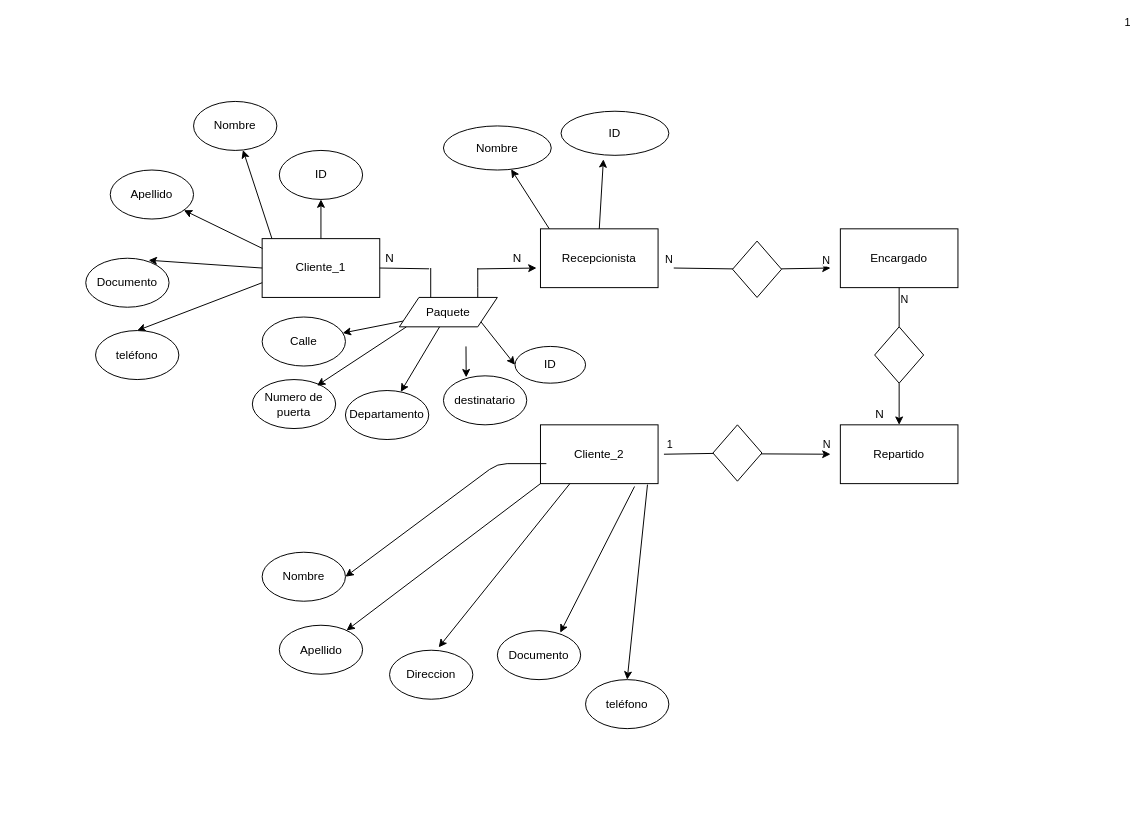
mateovillaa11/Proyecto_FindeA-o keeps this draw.io diagram as mer.drawio. Above is the earlier version. Source tidied: cells renumbered, new cells numbered last; positions are measured from the earlier drawing's top-left corner, leaving out a move shared by most shapes. Both pictures are drawn from the tidied source at 98%, with x=0, y=0 at pixel (85, 101).
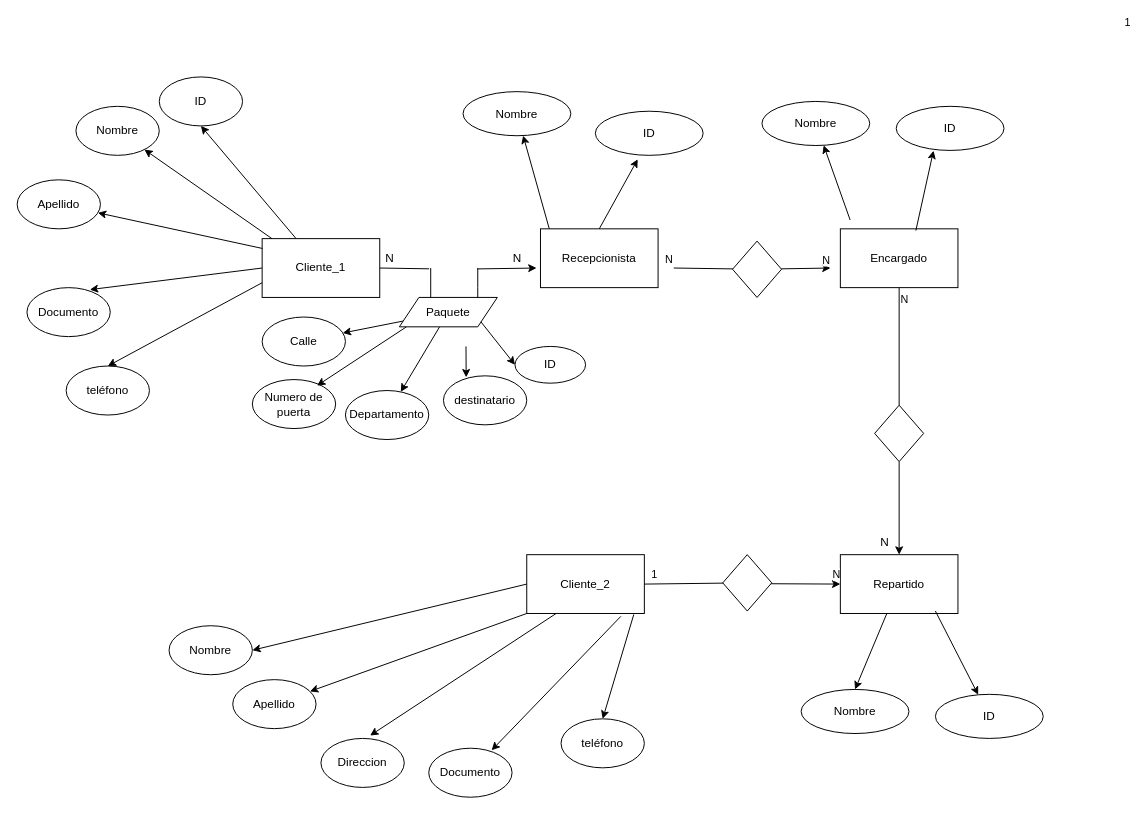
After the change.

The change refers to these unchanged cells:
```xml
<mxCell id="4" value="Encargado" style="rounded=0;whiteSpace=wrap;html=1;" parent="1" vertex="1">
  <mxGeometry x="770" y="130" width="120" height="60" as="geometry" />
</mxCell>
```

Diff of the diagram source:
```diff
@@
     <mxCell id="3" value="Repartido" style="rounded=0;whiteSpace=wrap;html=1;" parent="1" vertex="1">
-      <mxGeometry x="770" y="330" width="120" height="60" as="geometry" />
+      <mxGeometry x="770" y="462.5" width="120" height="60" as="geometry" />
     </mxCell>
@@
     <mxCell id="5" value="&lt;span&gt;Cliente_2&lt;/span&gt;" style="rounded=0;whiteSpace=wrap;html=1;" parent="1" vertex="1">
-      <mxGeometry x="464" y="330" width="120" height="60" as="geometry" />
+      <mxGeometry x="450" y="462.5" width="120" height="60" as="geometry" />
     </mxCell>
@@
     <mxCell id="12" value="N" style="text;html=1;align=center;verticalAlign=middle;strokeColor=none;fillColor=none;" parent="1" vertex="1">
-      <mxGeometry x="800" y="310" width="20" height="20" as="geometry" />
+      <mxGeometry x="805" y="440" width="20" height="20" as="geometry" />
     </mxCell>
     <mxCell id="13" style="endArrow=classic;html=1;startArrow=none;" parent="1" edge="1" source="45">
       <mxGeometry relative="1" as="geometry">
-        <mxPoint x="760" y="360" as="targetPoint" />
+        <mxPoint x="770" y="492.5" as="targetPoint" />
         <Array as="points">
-          <mxPoint x="680" y="359.6" />
+          <mxPoint x="690" y="492.1" />
         </Array>
       </mxGeometry>
     </mxCell>
@@
     <mxCell id="15" value="Nombre" style="ellipse;whiteSpace=wrap;html=1;" parent="1" vertex="1">
-      <mxGeometry x="110" width="85" height="50" as="geometry" />
+      <mxGeometry x="-10" y="5" width="85" height="50" as="geometry" />
     </mxCell>
     <mxCell id="16" value="Apellido" style="ellipse;whiteSpace=wrap;html=1;" parent="1" vertex="1">
-      <mxGeometry x="197.5" y="534.5" width="85" height="50" as="geometry" />
+      <mxGeometry x="150" y="590" width="85" height="50" as="geometry" />
     </mxCell>
     <mxCell id="17" value="Direccion" style="ellipse;whiteSpace=wrap;html=1;" parent="1" vertex="1">
-      <mxGeometry x="310" y="560" width="85" height="50" as="geometry" />
+      <mxGeometry x="240" y="650" width="85" height="50" as="geometry" />
     </mxCell>
@@
     <mxCell id="20" value="Documento" style="ellipse;whiteSpace=wrap;html=1;" parent="1" vertex="1">
-      <mxGeometry x="420" y="540" width="85" height="50" as="geometry" />
+      <mxGeometry x="350" y="660" width="85" height="50" as="geometry" />
     </mxCell>
@@
     <mxCell id="23" value="teléfono" style="ellipse;whiteSpace=wrap;html=1;" parent="1" vertex="1">
-      <mxGeometry x="510" y="590" width="85" height="50" as="geometry" />
+      <mxGeometry x="485" y="630" width="85" height="50" as="geometry" />
     </mxCell>
@@
-    <mxCell id="25" style="endArrow=classic;html=1;entryX=1;entryY=0.5;entryDx=0;entryDy=0;" parent="1" edge="1" target="26">
-      <mxGeometry relative="1" as="geometry">
-        <mxPoint x="470" y="369.6" as="sourcePoint" />
-        <Array as="points">
-          <mxPoint x="420" y="369.6" />
-        </Array>
-      </mxGeometry>
+    <mxCell id="25" style="endArrow=classic;html=1;entryX=1;entryY=0.5;entryDx=0;entryDy=0;exitX=0;exitY=0.5;exitDx=0;exitDy=0;" parent="1" edge="1" source="5" target="26">
+      <mxGeometry relative="1" as="geometry" />
     </mxCell>
     <mxCell id="26" value="Nombre" style="ellipse;whiteSpace=wrap;html=1;" parent="1" vertex="1">
-      <mxGeometry x="180" y="460" width="85" height="50" as="geometry" />
+      <mxGeometry x="85" y="535" width="85" height="50" as="geometry" />
     </mxCell>
     <mxCell id="27" value="Apellido" style="ellipse;whiteSpace=wrap;html=1;" parent="1" vertex="1">
-      <mxGeometry x="25" y="70" width="85" height="50" as="geometry" />
+      <mxGeometry x="-70" y="80" width="85" height="50" as="geometry" />
     </mxCell>
@@
     <mxCell id="31" value="Documento" style="ellipse;whiteSpace=wrap;html=1;" parent="1" vertex="1">
-      <mxGeometry y="160" width="85" height="50" as="geometry" />
+      <mxGeometry x="-60" y="190" width="85" height="50" as="geometry" />
     </mxCell>
@@
     <mxCell id="34" value="teléfono" style="ellipse;whiteSpace=wrap;html=1;" parent="1" vertex="1">
-      <mxGeometry x="10" y="233.8" width="85" height="50" as="geometry" />
+      <mxGeometry x="-20" y="270" width="85" height="50" as="geometry" />
     </mxCell>
@@
     <mxCell id="37" value="Nombre" style="ellipse;whiteSpace=wrap;html=1;" parent="1" vertex="1">
-      <mxGeometry x="365" y="25" width="110" height="45" as="geometry" />
+      <mxGeometry x="385" y="-10" width="110" height="45" as="geometry" />
     </mxCell>
@@
     <mxCell id="42" style="rhombus;whiteSpace=wrap;html=1;" parent="1" vertex="1">
-      <mxGeometry x="805" y="230" width="50" height="57.5" as="geometry" />
+      <mxGeometry x="805" y="310" width="50" height="57.5" as="geometry" />
     </mxCell>
@@
     <mxCell id="45" style="rhombus;whiteSpace=wrap;html=1;" parent="1" vertex="1">
-      <mxGeometry x="640" y="330" width="50" height="57.5" as="geometry" />
+      <mxGeometry x="650" y="462.5" width="50" height="57.5" as="geometry" />
     </mxCell>
-    <mxCell id="46" style="endArrow=none;html=1;" parent="1" edge="1" target="45">
-      <mxGeometry relative="1" as="geometry">
-        <mxPoint x="590" y="360" as="sourcePoint" />
-      </mxGeometry>
+    <mxCell id="46" style="endArrow=none;html=1;exitX=1;exitY=0.5;exitDx=0;exitDy=0;" parent="1" edge="1" source="5" target="45">
+      <mxGeometry relative="1" as="geometry" />
     </mxCell>
@@
     <mxCell id="57" value="ID" style="ellipse;whiteSpace=wrap;html=1;" parent="1" vertex="1">
-      <mxGeometry x="197.5" y="50" width="85" height="50" as="geometry" />
+      <mxGeometry x="75" y="-25" width="85" height="50" as="geometry" />
     </mxCell>
@@
     <mxCell id="59" value="ID" style="ellipse;whiteSpace=wrap;html=1;" parent="1" vertex="1">
-      <mxGeometry x="485" y="10" width="110" height="45" as="geometry" />
+      <mxGeometry x="520" y="10" width="110" height="45" as="geometry" />
     </mxCell>
@@
+    <mxCell id="63" value="Nombre" style="ellipse;whiteSpace=wrap;html=1;" parent="1" vertex="1">
+      <mxGeometry x="690" width="110" height="45" as="geometry" />
+    </mxCell>
+    <mxCell id="64" style="endArrow=classic;html=1;" parent="1" edge="1" target="63">
+      <mxGeometry relative="1" as="geometry">
+        <mxPoint x="780" y="121" as="sourcePoint" />
+      </mxGeometry>
+    </mxCell>
+    <mxCell id="65" value="ID" style="ellipse;whiteSpace=wrap;html=1;" parent="1" vertex="1">
+      <mxGeometry x="827" y="5" width="110" height="45" as="geometry" />
+    </mxCell>
+    <mxCell id="66" style="endArrow=classic;html=1;exitX=0.642;exitY=0.03;exitDx=0;exitDy=0;entryX=0.346;entryY=1.005;entryDx=0;entryDy=0;entryPerimeter=0;exitPerimeter=0;" parent="1" edge="1" source="4" target="65">
+      <mxGeometry relative="1" as="geometry" />
+    </mxCell>
+    <mxCell id="67" value="Nombre" style="ellipse;whiteSpace=wrap;html=1;" parent="1" vertex="1">
+      <mxGeometry x="730" y="600" width="110" height="45" as="geometry" />
+    </mxCell>
+    <mxCell id="68" value="ID" style="ellipse;whiteSpace=wrap;html=1;" parent="1" vertex="1">
+      <mxGeometry x="867" y="605" width="110" height="45" as="geometry" />
+    </mxCell>
+    <mxCell id="69" style="endArrow=classic;html=1;entryX=0.5;entryY=0;entryDx=0;entryDy=0;" parent="1" edge="1" source="3" target="67">
+      <mxGeometry relative="1" as="geometry" />
+    </mxCell>
+    <mxCell id="70" style="endArrow=classic;html=1;exitX=0.808;exitY=0.958;exitDx=0;exitDy=0;exitPerimeter=0;" parent="1" edge="1" source="3" target="68">
+      <mxGeometry relative="1" as="geometry" />
+    </mxCell>
```
